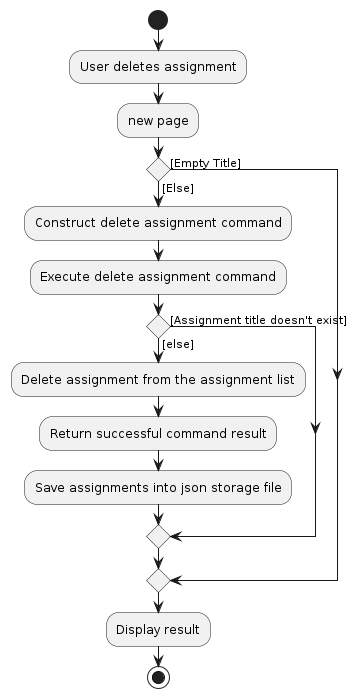
This is diagrams/DeleteAssignmentActivityDiagram.png from Fui03/tp, a PlantUML export, as it was before one commit. Its source is kept beside it as diagrams/DeleteAssignmentActivityDiagram.puml.
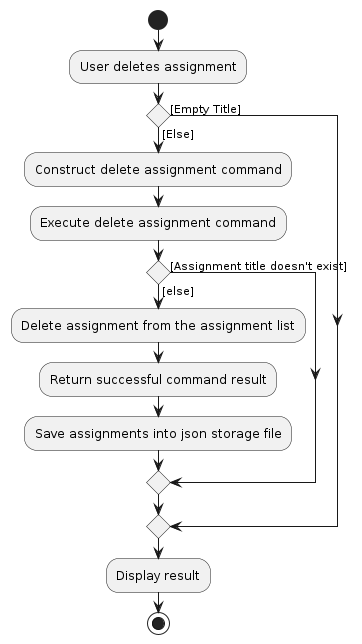
After the commit.

What changed in the source:
```diff
@@ -2,7 +2,6 @@
 
 start
 :User deletes assignment;
-:new page;
 if () then ([Empty Title])
 else ([Else])
     :Construct delete assignment command;
```
